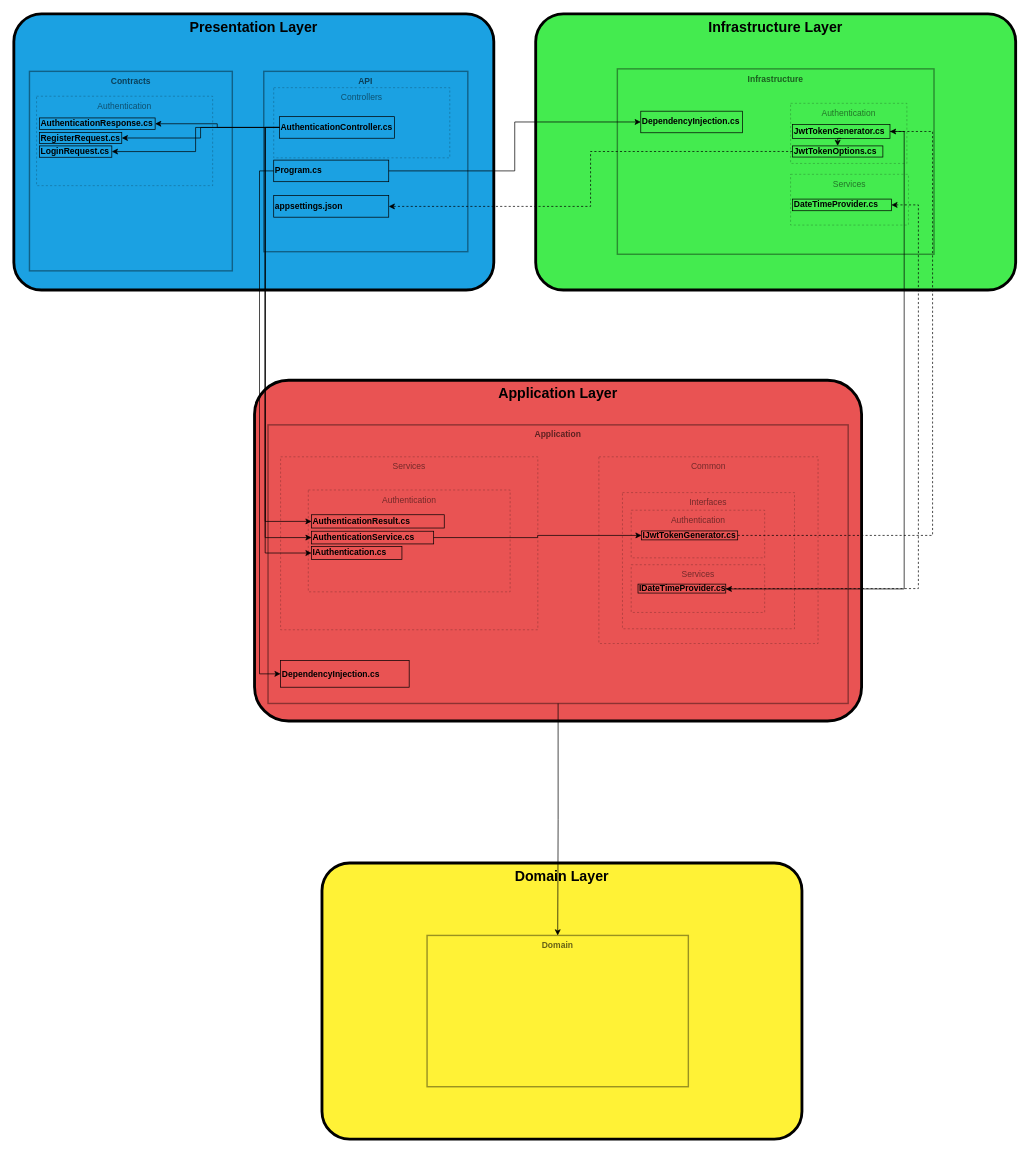
The draw.io diagram CA&DDD.drawio in tperisaTest/Clean-Architecture-and-DDD, before the edit. Source tidied: cells renumbered, new cells numbered last; positions are measured from the earlier drawing's top-left corner, leaving out a move shared by most shapes. Both pictures are drawn from the tidied source at 71%, with x=0, y=0 at pixel (13, 13).
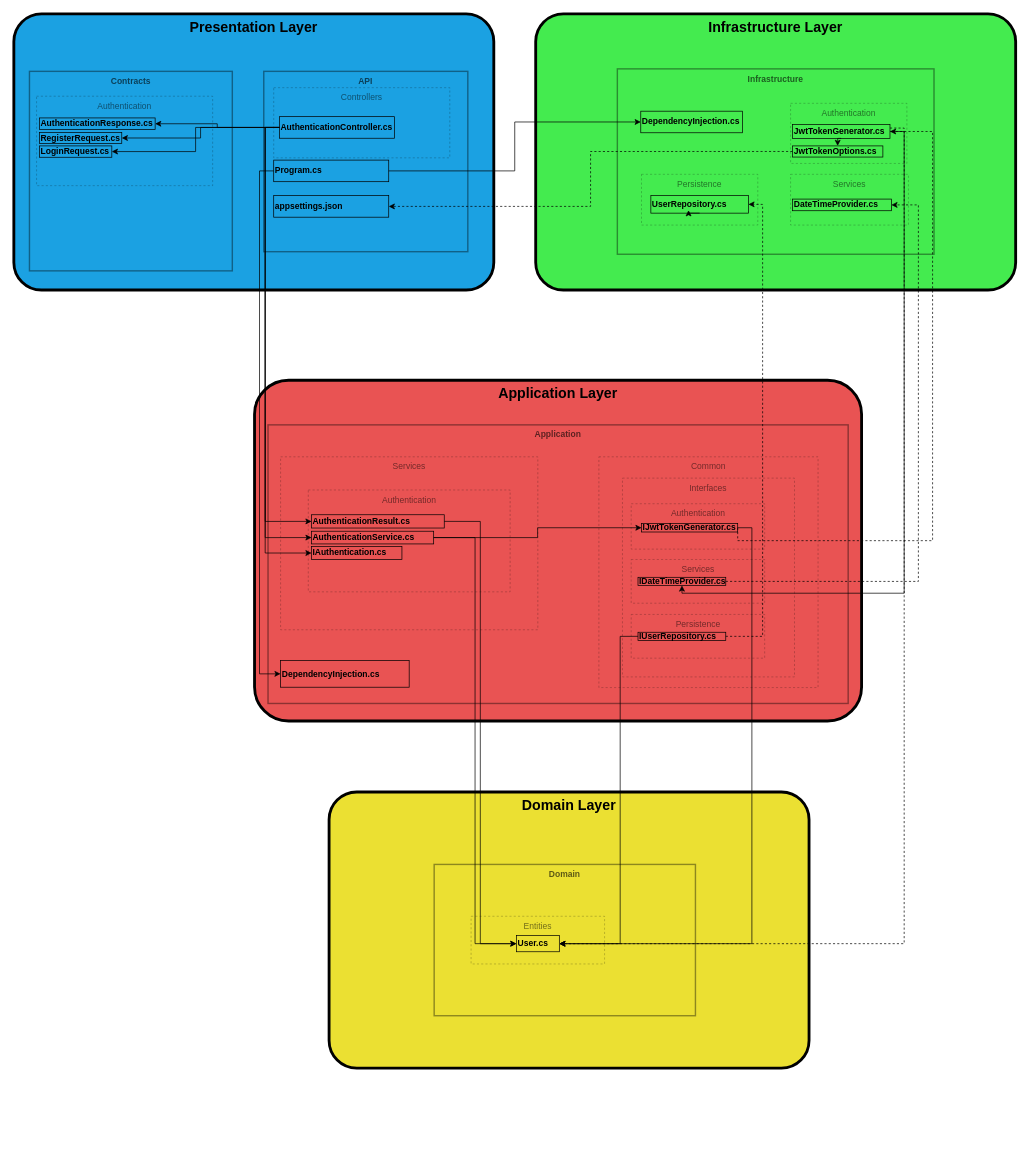
The same diagram, later.

Commit message (it also covers changes not shown here):
Updated architecture diagram

Unchanged cells that the change refers to:
```xml
<mxCell id="17" value="Infrastructure" style="rounded=0;whiteSpace=wrap;html=1;fillColor=none;fontColor=#000000;strokeColor=#000000;arcSize=9;verticalAlign=top;fontStyle=1;fontSize=12;horizontal=1;labelBackgroundColor=none;strokeWidth=2;opacity=40;textOpacity=60;" parent="16" vertex="1">
  <mxGeometry x="115" y="77.5" width="446" height="261.1" as="geometry" />
</mxCell>
<mxCell id="21" value="&lt;font color=&quot;#000000&quot;&gt;&lt;b&gt;JwtTokenGenerator.cs&lt;br&gt;&lt;/b&gt;&lt;/font&gt;" style="rounded=0;whiteSpace=wrap;html=1;fillColor=none;strokeColor=#000000;align=left;" parent="19" vertex="1">
  <mxGeometry x="2.6" y="30" width="137.4" height="19.4" as="geometry" />
</mxCell>
<mxCell id="24" value="&lt;font color=&quot;#000000&quot;&gt;&lt;b&gt;DateTimeProvider.cs&lt;br&gt;&lt;/b&gt;&lt;/font&gt;" style="rounded=0;whiteSpace=wrap;html=1;fillColor=none;strokeColor=#000000;align=left;" parent="23" vertex="1">
  <mxGeometry x="2.8" y="34.9" width="139.2" height="16.4" as="geometry" />
</mxCell>
<mxCell id="26" value="Application" style="rounded=0;whiteSpace=wrap;html=1;fillColor=none;fontColor=#000000;strokeColor=#000000;arcSize=9;verticalAlign=top;fontStyle=1;fontSize=12;horizontal=1;labelBackgroundColor=none;strokeWidth=2;opacity=40;textOpacity=60;" parent="25" vertex="1">
  <mxGeometry x="19" y="62.9" width="817.1" height="392.4" as="geometry" />
</mxCell>
<mxCell id="29" value="&lt;font color=&quot;#000000&quot;&gt;&lt;b&gt;AuthenticationResult.cs&lt;br&gt;&lt;/b&gt;&lt;/font&gt;" style="rounded=0;whiteSpace=wrap;html=1;fillColor=none;strokeColor=#000000;align=left;" parent="28" vertex="1">
  <mxGeometry x="4.6" y="34.9" width="186.9" height="18.7" as="geometry" />
</mxCell>
<mxCell id="31" value="&lt;font color=&quot;#000000&quot;&gt;&lt;b&gt;AuthenticationService.cs&lt;br&gt;&lt;/b&gt;&lt;/font&gt;" style="rounded=0;whiteSpace=wrap;html=1;fillColor=none;strokeColor=#000000;align=left;" parent="28" vertex="1">
  <mxGeometry x="4.6" y="58.1" width="172" height="17.9" as="geometry" />
</mxCell>
<mxCell id="41" value="Domain" style="rounded=0;whiteSpace=wrap;html=1;fillColor=none;fontColor=#000000;strokeColor=#000000;arcSize=9;verticalAlign=top;fontStyle=1;fontSize=12;horizontal=1;labelBackgroundColor=none;strokeWidth=2;textOpacity=60;opacity=40;" parent="40" vertex="1">
  <mxGeometry x="148" y="102" width="368" height="213.1" as="geometry" />
</mxCell>
```

What changed in the source:
```diff
@@
+    <mxCell id="52" value="&lt;font color=&quot;#000000&quot;&gt;Persistence&lt;/font&gt;" style="rounded=0;whiteSpace=wrap;html=1;fillColor=none;strokeColor=#000000;align=center;verticalAlign=top;dashed=1;opacity=30;textOpacity=50;" parent="17" vertex="1">
+      <mxGeometry x="34" y="148.5" width="163.8" height="71.5" as="geometry" />
+    </mxCell>
+    <mxCell id="53" style="edgeStyle=orthogonalEdgeStyle;rounded=0;jettySize=auto;html=1;exitX=0.5;exitY=1;exitDx=0;exitDy=0;entryX=0.5;entryY=0;entryDx=0;entryDy=0;" parent="52" edge="1" source="54">
+      <mxGeometry relative="1" as="geometry">
+        <mxPoint x="66.3" y="50.6" as="targetPoint" />
+      </mxGeometry>
+    </mxCell>
+    <mxCell id="54" value="&lt;font color=&quot;#000000&quot;&gt;&lt;b&gt;UserRepository.cs&lt;br&gt;&lt;/b&gt;&lt;/font&gt;" style="rounded=0;whiteSpace=wrap;html=1;fillColor=none;strokeColor=#000000;align=left;" parent="52" vertex="1">
+      <mxGeometry x="13.2" y="30" width="137.4" height="24.7" as="geometry" />
+    </mxCell>
@@
     <mxCell id="33" value="&lt;font color=&quot;#000000&quot;&gt;Common&lt;/font&gt;" style="rounded=0;whiteSpace=wrap;html=1;fillColor=none;strokeColor=#000000;align=center;verticalAlign=top;textOpacity=50;dashed=1;opacity=30;" parent="26" vertex="1">
-      <mxGeometry x="466" y="45" width="308.7" height="263" as="geometry" />
+      <mxGeometry x="466" y="45" width="308.7" height="325" as="geometry" />
     </mxCell>
     <mxCell id="34" value="&lt;font color=&quot;#000000&quot;&gt;Interfaces&lt;/font&gt;" style="rounded=0;whiteSpace=wrap;html=1;fillColor=none;strokeColor=#000000;align=center;verticalAlign=top;dashed=1;opacity=30;textOpacity=50;" parent="33" vertex="1">
-      <mxGeometry x="33.2" y="50.4" width="242.3" height="191.8" as="geometry" />
+      <mxGeometry x="33.2" y="30" width="242.3" height="280" as="geometry" />
     </mxCell>
     <mxCell id="35" value="&lt;font color=&quot;#000000&quot;&gt;Authentication&lt;/font&gt;" style="rounded=0;whiteSpace=wrap;html=1;fillColor=none;strokeColor=#000000;align=center;verticalAlign=top;dashed=1;opacity=30;textOpacity=50;" parent="34" vertex="1">
-      <mxGeometry x="12.3" y="24.8" width="188" height="67.1" as="geometry" />
+      <mxGeometry x="12.3" y="36.1" width="188" height="63.9" as="geometry" />
     </mxCell>
     <mxCell id="36" value="&lt;font color=&quot;#000000&quot;&gt;&lt;b&gt;IJwtTokenGenerator.cs&lt;br&gt;&lt;/b&gt;&lt;/font&gt;" style="rounded=0;whiteSpace=wrap;html=1;fillColor=none;strokeColor=#000000;align=left;" parent="35" vertex="1">
-      <mxGeometry x="14.6" y="29.2" width="135.4" height="12.6" as="geometry" />
+      <mxGeometry x="14.6" y="27.8" width="135.4" height="12" as="geometry" />
     </mxCell>
     <mxCell id="37" value="&lt;font color=&quot;#000000&quot;&gt;Services&lt;/font&gt;" style="rounded=0;whiteSpace=wrap;html=1;fillColor=none;strokeColor=#000000;align=center;verticalAlign=top;dashed=1;opacity=30;textOpacity=50;" parent="34" vertex="1">
-      <mxGeometry x="12.3" y="101.6" width="188" height="67.2" as="geometry" />
+      <mxGeometry x="12.3" y="114.6" width="188" height="61.6" as="geometry" />
     </mxCell>
     <mxCell id="38" value="&lt;font color=&quot;#000000&quot;&gt;&lt;b&gt;IDateTimeProvider.cs&lt;br&gt;&lt;/b&gt;&lt;/font&gt;" style="rounded=0;whiteSpace=wrap;html=1;fillColor=none;strokeColor=#000000;align=left;" parent="37" vertex="1">
-      <mxGeometry x="9.6" y="27.3" width="123.6" height="12.6" as="geometry" />
+      <mxGeometry x="9.6" y="25.1" width="123.6" height="11.5" as="geometry" />
     </mxCell>
+    <mxCell id="55" value="&lt;font color=&quot;#000000&quot;&gt;Persistence&lt;/font&gt;" style="rounded=0;whiteSpace=wrap;html=1;fillColor=none;strokeColor=#000000;align=center;verticalAlign=top;dashed=1;opacity=30;textOpacity=50;" parent="34" vertex="1">
+      <mxGeometry x="12.3" y="192" width="188" height="61.6" as="geometry" />
+    </mxCell>
+    <mxCell id="56" value="&lt;font color=&quot;#000000&quot;&gt;&lt;b&gt;IUserRepository.cs&lt;br&gt;&lt;/b&gt;&lt;/font&gt;" style="rounded=0;whiteSpace=wrap;html=1;fillColor=none;strokeColor=#000000;align=left;" parent="55" vertex="1">
+      <mxGeometry x="9.6" y="25.1" width="123.6" height="11.5" as="geometry" />
+    </mxCell>
@@
-    <mxCell id="40" value="Domain Layer" style="rounded=1;whiteSpace=wrap;html=1;arcSize=10;verticalAlign=top;fontStyle=1;fontSize=20;horizontal=1;labelBackgroundColor=none;strokeWidth=4;perimeterSpacing=0;spacingLeft=0;fillColor=#FFF236;fontColor=#000000;strokeColor=#000000;" parent="1" vertex="1">
-      <mxGeometry x="434" y="1196" width="676" height="389" as="geometry" />
+    <mxCell id="40" value="Domain Layer" style="rounded=1;whiteSpace=wrap;html=1;arcSize=10;verticalAlign=top;fontStyle=1;fontSize=20;horizontal=1;labelBackgroundColor=none;strokeWidth=4;perimeterSpacing=0;spacingLeft=0;fillColor=#EBE032;fontColor=#000000;strokeColor=#000000;" parent="1" vertex="1">
+      <mxGeometry x="444" y="1096" width="676" height="389" as="geometry" />
     </mxCell>
@@
-    <mxCell id="42" style="edgeStyle=orthogonalEdgeStyle;rounded=0;jettySize=auto;html=1;exitX=0.5;exitY=1;exitDx=0;exitDy=0;entryX=0.5;entryY=0;entryDx=0;entryDy=0;" parent="1" edge="1" source="26" target="41">
-      <mxGeometry relative="1" as="geometry" />
-    </mxCell>
+    <mxCell id="57" value="&lt;font color=&quot;#000000&quot;&gt;Entities&lt;/font&gt;" style="rounded=0;whiteSpace=wrap;html=1;fillColor=none;strokeColor=#000000;align=center;verticalAlign=top;dashed=1;opacity=30;textOpacity=50;" parent="41" vertex="1">
+      <mxGeometry x="52" y="73" width="188" height="67.2" as="geometry" />
+    </mxCell>
+    <mxCell id="58" value="&lt;font color=&quot;#000000&quot;&gt;&lt;b&gt;User.cs&lt;br&gt;&lt;/b&gt;&lt;/font&gt;" style="rounded=0;whiteSpace=wrap;html=1;fillColor=none;strokeColor=#000000;align=left;" parent="57" vertex="1">
+      <mxGeometry x="63.8" y="27.3" width="60.5" height="22.7" as="geometry" />
+    </mxCell>
@@
     <mxCell id="49" style="edgeStyle=orthogonalEdgeStyle;rounded=0;jettySize=auto;html=1;exitX=1;exitY=0.5;exitDx=0;exitDy=0;" parent="1" edge="1" source="21" target="38">
       <mxGeometry relative="1" as="geometry">
         <Array as="points">
           <mxPoint x="1254" y="166" />
-          <mxPoint x="1254" y="810" />
+          <mxPoint x="1254" y="816" />
+          <mxPoint x="941" y="816" />
         </Array>
       </mxGeometry>
     </mxCell>
     <mxCell id="50" style="edgeStyle=orthogonalEdgeStyle;rounded=0;jettySize=auto;html=1;exitX=1;exitY=0.5;exitDx=0;exitDy=0;entryX=1;entryY=0.5;entryDx=0;entryDy=0;dashed=1;" parent="1" edge="1" source="36" target="21">
       <mxGeometry relative="1" as="geometry">
         <Array as="points">
-          <mxPoint x="1294" y="735" />
+          <mxPoint x="1294" y="742" />
           <mxPoint x="1294" y="166" />
         </Array>
       </mxGeometry>
     </mxCell>
     <mxCell id="51" style="edgeStyle=orthogonalEdgeStyle;rounded=0;jettySize=auto;html=1;exitX=1;exitY=0.5;exitDx=0;exitDy=0;entryX=1;entryY=0.5;entryDx=0;entryDy=0;dashed=1;" parent="1" edge="1" source="38" target="24">
       <mxGeometry relative="1" as="geometry">
         <Array as="points">
-          <mxPoint x="1274" y="810" />
+          <mxPoint x="1274" y="799" />
           <mxPoint x="1274" y="269" />
         </Array>
       </mxGeometry>
     </mxCell>
+    <mxCell id="59" style="edgeStyle=orthogonalEdgeStyle;rounded=0;jettySize=auto;html=1;exitX=0;exitY=0.5;exitDx=0;exitDy=0;entryX=1;entryY=0.5;entryDx=0;entryDy=0;" parent="1" edge="1" source="56" target="58">
+      <mxGeometry relative="1" as="geometry">
+        <Array as="points">
+          <mxPoint x="854" y="877" />
+          <mxPoint x="854" y="1310" />
+        </Array>
+      </mxGeometry>
+    </mxCell>
+    <mxCell id="60" style="edgeStyle=orthogonalEdgeStyle;rounded=0;jettySize=auto;html=1;exitX=1;exitY=0.5;exitDx=0;exitDy=0;entryX=1;entryY=0.5;entryDx=0;entryDy=0;dashed=1;" parent="1" edge="1" source="56" target="54">
+      <mxGeometry relative="1" as="geometry" />
+    </mxCell>
+    <mxCell id="61" style="edgeStyle=orthogonalEdgeStyle;rounded=0;jettySize=auto;html=1;exitX=1;exitY=0.5;exitDx=0;exitDy=0;entryX=1;entryY=0.5;entryDx=0;entryDy=0;" parent="1" edge="1" source="36" target="58">
+      <mxGeometry relative="1" as="geometry" />
+    </mxCell>
+    <mxCell id="62" style="edgeStyle=orthogonalEdgeStyle;rounded=0;jettySize=auto;html=1;exitX=1;exitY=0.5;exitDx=0;exitDy=0;entryX=0;entryY=0.5;entryDx=0;entryDy=0;" parent="1" edge="1" source="29" target="58">
+      <mxGeometry relative="1" as="geometry" />
+    </mxCell>
+    <mxCell id="63" style="edgeStyle=orthogonalEdgeStyle;rounded=0;jettySize=auto;html=1;exitX=1;exitY=0.25;exitDx=0;exitDy=0;entryX=1;entryY=0.5;entryDx=0;entryDy=0;dashed=1;" parent="1" edge="1" source="21" target="58">
+      <mxGeometry relative="1" as="geometry" />
+    </mxCell>
+    <mxCell id="64" style="edgeStyle=orthogonalEdgeStyle;rounded=0;jettySize=auto;html=1;exitX=1;exitY=0.5;exitDx=0;exitDy=0;entryX=0;entryY=0.5;entryDx=0;entryDy=0;" parent="1" edge="1" source="31" target="58">
+      <mxGeometry relative="1" as="geometry" />
+    </mxCell>
```
